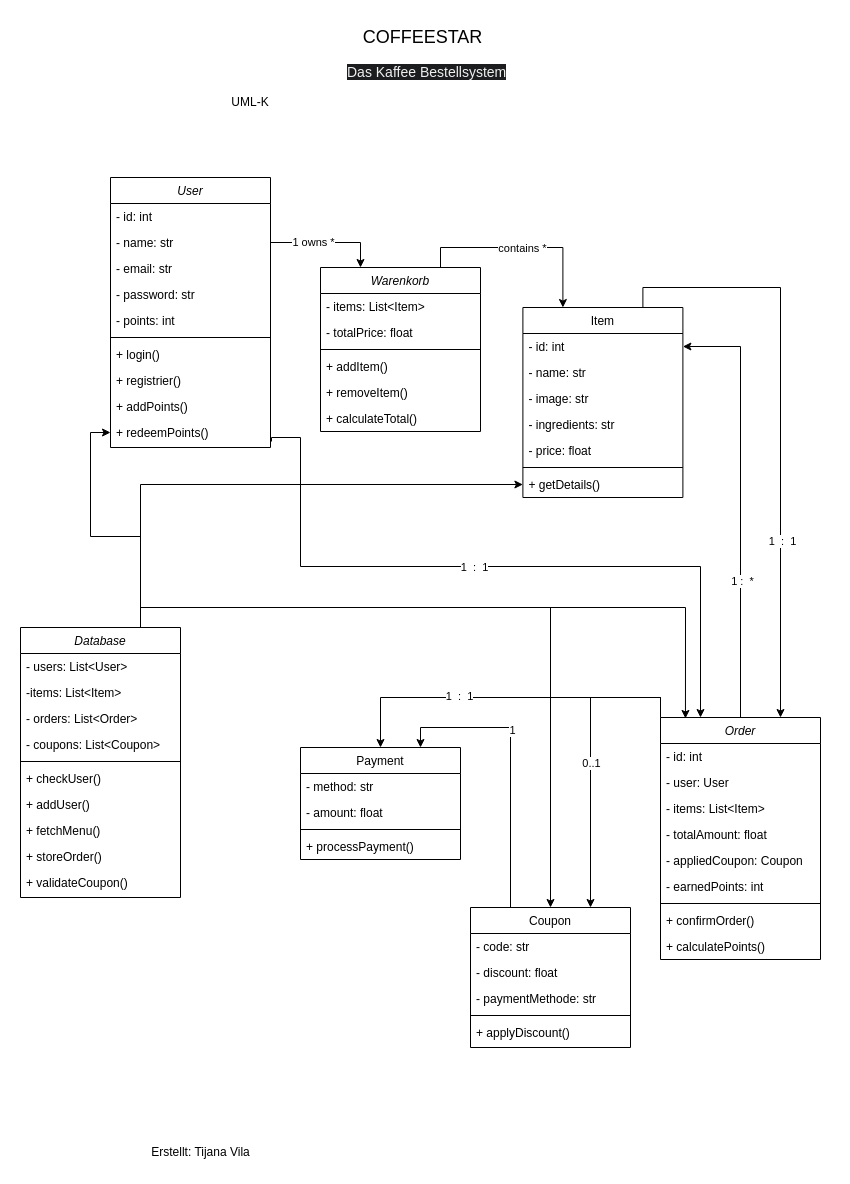
Earlier version of the draw.io diagram CoffeeStar-Planung/CoffeeStar-UML-K.drawio (TVil23/CoffeeStar). Source tidied: cells renumbered, new cells numbered last; positions are measured from the earlier drawing's top-left corner, leaving out a move shared by most shapes. Both pictures are drawn from the tidied source at 100%, with x=0, y=0 at pixel (20, 17).
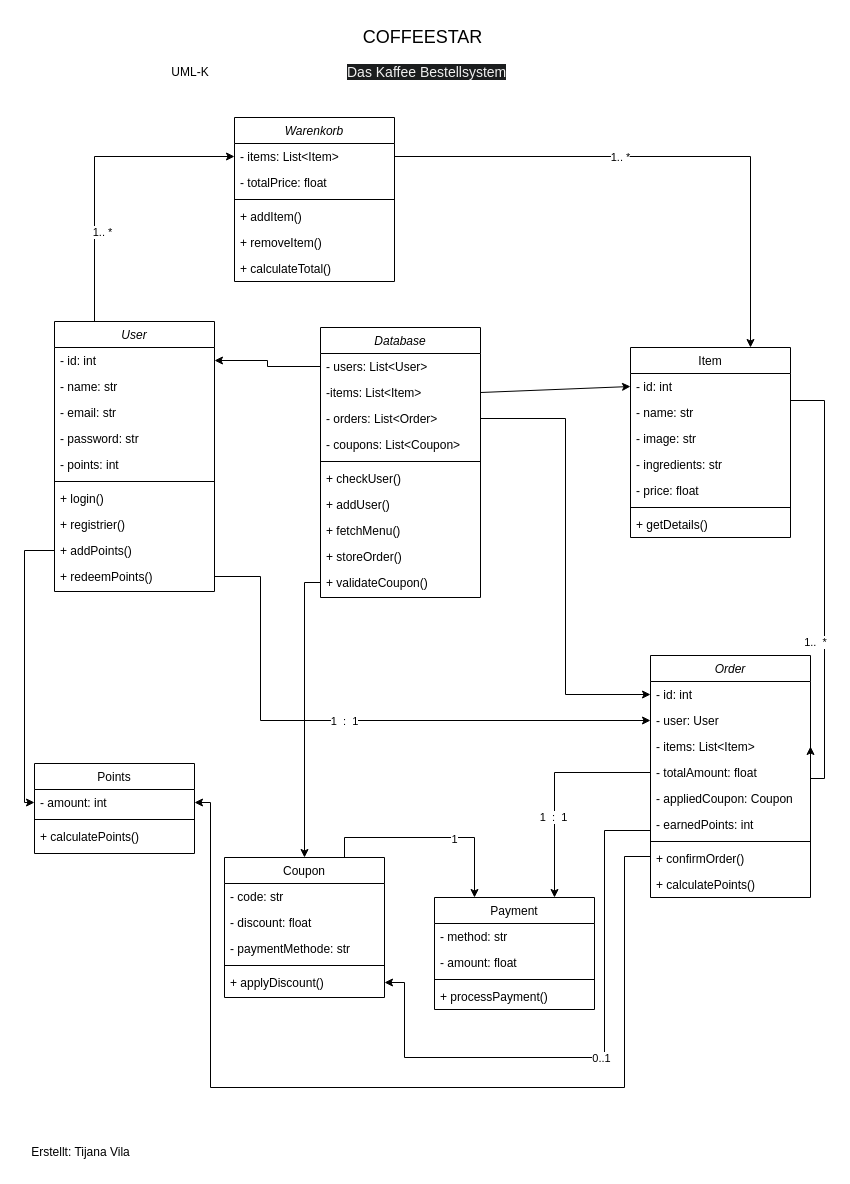
Above is the later version.

Unchanged cells that the change refers to:
```xml
<mxCell id="3" value="- id: int" style="text;align=left;verticalAlign=top;spacingLeft=4;spacingRight=4;overflow=hidden;points=[[0,0.5],[1,0.5]];portConstraint=eastwest;" parent="2" vertex="1">
  <mxGeometry y="26" width="160" height="26" as="geometry" />
</mxCell>
<mxCell id="4" value="- name: str" style="text;align=left;verticalAlign=top;spacingLeft=4;spacingRight=4;overflow=hidden;points=[[0,0.5],[1,0.5]];portConstraint=eastwest;rounded=0;shadow=0;html=0;" parent="2" vertex="1">
  <mxGeometry y="52" width="160" height="26" as="geometry" />
</mxCell>
<mxCell id="11" value="+ addPoints()" style="text;align=left;verticalAlign=top;spacingLeft=4;spacingRight=4;overflow=hidden;points=[[0,0.5],[1,0.5]];portConstraint=eastwest;" parent="2" vertex="1">
  <mxGeometry y="216" width="160" height="26" as="geometry" />
</mxCell>
<mxCell id="12" value="+ redeemPoints()" style="text;align=left;verticalAlign=top;spacingLeft=4;spacingRight=4;overflow=hidden;points=[[0,0.5],[1,0.5]];portConstraint=eastwest;" parent="2" vertex="1">
  <mxGeometry y="242" width="160" height="26" as="geometry" />
</mxCell>
<mxCell id="14" value="- id: int" style="text;align=left;verticalAlign=top;spacingLeft=4;spacingRight=4;overflow=hidden;points=[[0,0.5],[1,0.5]];portConstraint=eastwest;" parent="13" vertex="1">
  <mxGeometry y="26" width="160" height="26" as="geometry" />
</mxCell>
<mxCell id="20" value="+ getDetails()" style="text;align=left;verticalAlign=top;spacingLeft=4;spacingRight=4;overflow=hidden;points=[[0,0.5],[1,0.5]];portConstraint=eastwest;" parent="13" vertex="1">
  <mxGeometry y="164" width="160" height="26" as="geometry" />
</mxCell>
<mxCell id="24" value="- items: List&lt;Item&gt;" style="text;align=left;verticalAlign=top;spacingLeft=4;spacingRight=4;overflow=hidden;points=[[0,0.5],[1,0.5]];portConstraint=eastwest;" parent="23" vertex="1">
  <mxGeometry y="26" width="160" height="26" as="geometry" />
</mxCell>
<mxCell id="34" value="- users: List&lt;User&gt;" style="text;align=left;verticalAlign=top;spacingLeft=4;spacingRight=4;overflow=hidden;points=[[0,0.5],[1,0.5]];portConstraint=eastwest;" parent="33" vertex="1">
  <mxGeometry y="26" width="160" height="26" as="geometry" />
</mxCell>
<mxCell id="35" value="-items: List&lt;Item&gt;" style="text;align=left;verticalAlign=top;spacingLeft=4;spacingRight=4;overflow=hidden;points=[[0,0.5],[1,0.5]];portConstraint=eastwest;rounded=0;shadow=0;html=0;" parent="33" vertex="1">
  <mxGeometry y="52" width="160" height="26" as="geometry" />
</mxCell>
<mxCell id="36" value="- orders: List&lt;Order&gt;" style="text;align=left;verticalAlign=top;spacingLeft=4;spacingRight=4;overflow=hidden;points=[[0,0.5],[1,0.5]];portConstraint=eastwest;" parent="33" vertex="1">
  <mxGeometry y="78" width="160" height="26" as="geometry" />
</mxCell>
<mxCell id="43" value="+ validateCoupon()" style="text;align=left;verticalAlign=top;spacingLeft=4;spacingRight=4;overflow=hidden;points=[[0,0.5],[1,0.5]];portConstraint=eastwest;" parent="33" vertex="1">
  <mxGeometry y="242" width="160" height="26" as="geometry" />
</mxCell>
<mxCell id="51" value="+ applyDiscount()" style="text;align=left;verticalAlign=top;spacingLeft=4;spacingRight=4;overflow=hidden;points=[[0,0.5],[1,0.5]];portConstraint=eastwest;" parent="46" vertex="1">
  <mxGeometry y="112" width="160" height="26" as="geometry" />
</mxCell>
<mxCell id="64" value="- id: int" style="text;align=left;verticalAlign=top;spacingLeft=4;spacingRight=4;overflow=hidden;points=[[0,0.5],[1,0.5]];portConstraint=eastwest;" parent="63" vertex="1">
  <mxGeometry y="26" width="160" height="26" as="geometry" />
</mxCell>
<mxCell id="65" value="- user: User" style="text;align=left;verticalAlign=top;spacingLeft=4;spacingRight=4;overflow=hidden;points=[[0,0.5],[1,0.5]];portConstraint=eastwest;rounded=0;shadow=0;html=0;" parent="63" vertex="1">
  <mxGeometry y="52" width="160" height="26" as="geometry" />
</mxCell>
<mxCell id="66" value="- items: List&lt;Item&gt;" style="text;align=left;verticalAlign=top;spacingLeft=4;spacingRight=4;overflow=hidden;points=[[0,0.5],[1,0.5]];portConstraint=eastwest;" parent="63" vertex="1">
  <mxGeometry y="78" width="160" height="26" as="geometry" />
</mxCell>
<mxCell id="67" value="- totalAmount: float" style="text;align=left;verticalAlign=top;spacingLeft=4;spacingRight=4;overflow=hidden;points=[[0,0.5],[1,0.5]];portConstraint=eastwest;rounded=0;shadow=0;html=0;" parent="63" vertex="1">
  <mxGeometry y="104" width="160" height="26" as="geometry" />
</mxCell>
<mxCell id="68" value="- appliedCoupon: Coupon" style="text;align=left;verticalAlign=top;spacingLeft=4;spacingRight=4;overflow=hidden;points=[[0,0.5],[1,0.5]];portConstraint=eastwest;" parent="63" vertex="1">
  <mxGeometry y="130" width="160" height="26" as="geometry" />
</mxCell>
<mxCell id="69" value="- earnedPoints: int" style="text;align=left;verticalAlign=top;spacingLeft=4;spacingRight=4;overflow=hidden;points=[[0,0.5],[1,0.5]];portConstraint=eastwest;" parent="63" vertex="1">
  <mxGeometry y="156" width="160" height="26" as="geometry" />
</mxCell>
```

Diff of the diagram source:
```diff
@@
     <mxCell id="2" value="User" style="swimlane;fontStyle=2;align=center;verticalAlign=top;horizontal=1;startSize=26;rounded=0;shadow=0;strokeWidth=1;" parent="1" vertex="1">
-      <mxGeometry x="90" y="160" width="160" height="270" as="geometry" />
+      <mxGeometry x="34" y="304" width="160" height="270" as="geometry" />
     </mxCell>
@@
     <mxCell id="13" value="Item" style="swimlane;fontStyle=0;align=center;verticalAlign=top;horizontal=1;startSize=26;rounded=0;shadow=0;strokeWidth=1;" parent="1" vertex="1">
-      <mxGeometry x="502.4" y="290" width="160" height="190" as="geometry" />
+      <mxGeometry x="610" y="330" width="160" height="190" as="geometry" />
     </mxCell>
@@
-    <mxCell id="21" style="edgeStyle=orthogonalEdgeStyle;rounded=0;jettySize=auto;html=1;exitX=0.75;exitY=0;exitDx=0;exitDy=0;entryX=0.25;entryY=0;entryDx=0;entryDy=0;" parent="1" edge="1" source="23" target="13">
+    <mxCell id="21" style="edgeStyle=orthogonalEdgeStyle;rounded=0;jettySize=auto;html=1;exitX=1;exitY=0.5;exitDx=0;exitDy=0;entryX=0.75;entryY=0;entryDx=0;entryDy=0;" parent="1" edge="1" source="24" target="13">
       <mxGeometry relative="1" as="geometry" />
     </mxCell>
-    <mxCell id="22" value="contains *" style="edgeLabel;html=1;align=center;verticalAlign=middle;" parent="21" vertex="1">
+    <mxCell id="22" value="1.. *" style="edgeLabel;html=1;align=center;verticalAlign=middle;" parent="21" vertex="1">
       <mxGeometry x="-0.28" relative="1" as="geometry">
         <mxPoint x="28" as="offset" />
       </mxGeometry>
     </mxCell>
     <mxCell id="23" value="Warenkorb" style="swimlane;fontStyle=2;align=center;verticalAlign=top;horizontal=1;startSize=26;rounded=0;shadow=0;strokeWidth=1;" parent="1" vertex="1">
-      <mxGeometry x="300" y="250" width="160" height="164" as="geometry" />
+      <mxGeometry x="214" y="100" width="160" height="164" as="geometry" />
     </mxCell>
@@
-    <mxCell id="30" style="edgeStyle=orthogonalEdgeStyle;rounded=0;jettySize=auto;html=1;exitX=0.75;exitY=0;exitDx=0;exitDy=0;entryX=0;entryY=0.5;entryDx=0;entryDy=0;" parent="1" edge="1" source="33" target="12">
+    <mxCell id="30" style="edgeStyle=orthogonalEdgeStyle;rounded=0;jettySize=auto;html=1;exitX=0;exitY=0.5;exitDx=0;exitDy=0;entryX=1;entryY=0.5;entryDx=0;entryDy=0;" parent="1" edge="1" source="34" target="3">
       <mxGeometry relative="1" as="geometry" />
     </mxCell>
-    <mxCell id="31" style="edgeStyle=orthogonalEdgeStyle;rounded=0;jettySize=auto;html=1;exitX=0.75;exitY=0;exitDx=0;exitDy=0;entryX=0;entryY=0.5;entryDx=0;entryDy=0;" parent="1" edge="1" source="33" target="20">
+    <mxCell id="31" style="rounded=0;jettySize=auto;html=1;exitX=1;exitY=0.5;exitDx=0;exitDy=0;entryX=0;entryY=0.5;entryDx=0;entryDy=0;" parent="1" edge="1" source="35" target="14">
       <mxGeometry relative="1" as="geometry" />
     </mxCell>
-    <mxCell id="32" style="edgeStyle=orthogonalEdgeStyle;rounded=0;jettySize=auto;html=1;exitX=0.75;exitY=0;exitDx=0;exitDy=0;entryX=0.5;entryY=0;entryDx=0;entryDy=0;" parent="1" edge="1" source="33" target="46">
-      <mxGeometry relative="1" as="geometry" />
+    <mxCell id="32" style="edgeStyle=orthogonalEdgeStyle;rounded=0;jettySize=auto;html=1;exitX=0;exitY=0.5;exitDx=0;exitDy=0;entryX=0.5;entryY=0;entryDx=0;entryDy=0;" parent="1" edge="1" source="43" target="46">
+      <mxGeometry relative="1" as="geometry">
+        <Array as="points">
+          <mxPoint x="284" y="565" />
+        </Array>
+      </mxGeometry>
     </mxCell>
     <mxCell id="33" value="Database" style="swimlane;fontStyle=2;align=center;verticalAlign=top;horizontal=1;startSize=26;rounded=0;shadow=0;strokeWidth=1;" parent="1" vertex="1">
-      <mxGeometry y="610" width="160" height="270" as="geometry" />
+      <mxGeometry x="300" y="310" width="160" height="270" as="geometry" />
     </mxCell>
@@
-    <mxCell id="44" style="edgeStyle=orthogonalEdgeStyle;rounded=0;jettySize=auto;html=1;exitX=0.25;exitY=0;exitDx=0;exitDy=0;entryX=0.75;entryY=0;entryDx=0;entryDy=0;" parent="1" edge="1" source="46" target="52">
+    <mxCell id="44" style="edgeStyle=orthogonalEdgeStyle;rounded=0;jettySize=auto;html=1;exitX=0.75;exitY=0;exitDx=0;exitDy=0;entryX=0.25;entryY=0;entryDx=0;entryDy=0;" parent="1" edge="1" source="46" target="52">
       <mxGeometry relative="1" as="geometry" />
     </mxCell>
@@
     <mxCell id="46" value="Coupon" style="swimlane;fontStyle=0;align=center;verticalAlign=top;horizontal=1;startSize=26;rounded=0;shadow=0;strokeWidth=1;" parent="1" vertex="1">
-      <mxGeometry x="450" y="890" width="160" height="140" as="geometry" />
+      <mxGeometry x="204" y="840" width="160" height="140" as="geometry" />
     </mxCell>
@@
     <mxCell id="52" value="Payment" style="swimlane;fontStyle=0;align=center;verticalAlign=top;horizontal=1;startSize=26;rounded=0;shadow=0;strokeWidth=1;" parent="1" vertex="1">
-      <mxGeometry x="280" y="730" width="160" height="112" as="geometry" />
+      <mxGeometry x="414" y="880" width="160" height="112" as="geometry" />
     </mxCell>
@@
-    <mxCell id="57" style="edgeStyle=orthogonalEdgeStyle;rounded=0;jettySize=auto;html=1;exitX=0;exitY=0;exitDx=0;exitDy=0;entryX=0.75;entryY=0;entryDx=0;entryDy=0;" parent="1" edge="1" source="63" target="46">
-      <mxGeometry relative="1" as="geometry" />
+    <mxCell id="57" style="rounded=0;jettySize=auto;html=1;exitX=0;exitY=0.5;exitDx=0;exitDy=0;entryX=1;entryY=0.5;entryDx=0;entryDy=0;edgeStyle=orthogonalEdgeStyle;" parent="1" edge="1" source="68" target="51">
+      <mxGeometry relative="1" as="geometry">
+        <Array as="points">
+          <mxPoint x="584" y="813" />
+          <mxPoint x="584" y="1040" />
+          <mxPoint x="384" y="1040" />
+          <mxPoint x="384" y="965" />
+        </Array>
+      </mxGeometry>
     </mxCell>
@@
-    <mxCell id="59" style="edgeStyle=orthogonalEdgeStyle;rounded=0;jettySize=auto;html=1;exitX=0.5;exitY=0;exitDx=0;exitDy=0;entryX=1;entryY=0.5;entryDx=0;entryDy=0;" parent="1" edge="1" source="63" target="14">
-      <mxGeometry relative="1" as="geometry" />
-    </mxCell>
-    <mxCell id="60" value="1 :&amp;nbsp; *" style="edgeLabel;html=1;align=center;verticalAlign=middle;" parent="59" vertex="1">
-      <mxGeometry x="-0.36" y="-1" relative="1" as="geometry" />
-    </mxCell>
-    <mxCell id="61" style="edgeStyle=orthogonalEdgeStyle;rounded=0;jettySize=auto;html=1;exitX=0;exitY=0;exitDx=0;exitDy=0;entryX=0.5;entryY=0;entryDx=0;entryDy=0;" parent="1" edge="1" source="63" target="52">
+    <mxCell id="61" style="edgeStyle=orthogonalEdgeStyle;rounded=0;jettySize=auto;html=1;exitX=0;exitY=0.5;exitDx=0;exitDy=0;entryX=0.75;entryY=0;entryDx=0;entryDy=0;" parent="1" edge="1" source="67" target="52">
       <mxGeometry relative="1" as="geometry" />
     </mxCell>
@@
     <mxCell id="63" value="Order" style="swimlane;fontStyle=2;align=center;verticalAlign=top;horizontal=1;startSize=26;rounded=0;shadow=0;strokeWidth=1;" parent="1" vertex="1">
-      <mxGeometry x="640" y="700" width="160" height="242" as="geometry" />
+      <mxGeometry x="630" y="638" width="160" height="242" as="geometry" />
     </mxCell>
@@
-    <mxCell id="73" style="edgeStyle=orthogonalEdgeStyle;rounded=0;jettySize=auto;html=1;exitX=1;exitY=0.5;exitDx=0;exitDy=0;entryX=0.25;entryY=0;entryDx=0;entryDy=0;" parent="1" edge="1" source="4" target="23">
+    <mxCell id="73" style="edgeStyle=orthogonalEdgeStyle;rounded=0;jettySize=auto;html=1;exitX=0.25;exitY=0;exitDx=0;exitDy=0;entryX=0;entryY=0.5;entryDx=0;entryDy=0;" parent="1" edge="1" source="2" target="24">
       <mxGeometry relative="1" as="geometry" />
     </mxCell>
-    <mxCell id="74" value="1 owns *" style="edgeLabel;html=1;align=center;verticalAlign=middle;" parent="73" vertex="1">
+    <mxCell id="74" value="1.. *" style="edgeLabel;html=1;align=center;verticalAlign=middle;" parent="73" vertex="1">
       <mxGeometry x="-0.41" y="1" relative="1" as="geometry">
         <mxPoint x="8" as="offset" />
       </mxGeometry>
     </mxCell>
-    <mxCell id="75" style="edgeStyle=orthogonalEdgeStyle;rounded=0;jettySize=auto;html=1;exitX=0.75;exitY=0;exitDx=0;exitDy=0;entryX=0.75;entryY=0;entryDx=0;entryDy=0;" parent="1" edge="1" source="13" target="63">
-      <mxGeometry relative="1" as="geometry" />
+    <mxCell id="75" style="edgeStyle=orthogonalEdgeStyle;rounded=0;jettySize=auto;html=1;exitX=1;exitY=0.5;exitDx=0;exitDy=0;entryX=1;entryY=0.5;entryDx=0;entryDy=0;" parent="1" edge="1" source="14" target="66">
+      <mxGeometry relative="1" as="geometry">
+        <Array as="points">
+          <mxPoint x="804" y="383" />
+          <mxPoint x="804" y="761" />
+        </Array>
+      </mxGeometry>
     </mxCell>
-    <mxCell id="76" value="1&amp;nbsp; :&amp;nbsp; 1" style="edgeLabel;html=1;align=center;verticalAlign=middle;" parent="75" vertex="1">
+    <mxCell id="76" value="1..&amp;nbsp; *" style="edgeLabel;html=1;align=center;verticalAlign=middle;" parent="75" vertex="1">
       <mxGeometry x="0.4" y="2" relative="1" as="geometry">
-        <mxPoint x="-1" as="offset" />
+        <mxPoint x="-12" y="-41" as="offset" />
       </mxGeometry>
     </mxCell>
-    <mxCell id="77" style="edgeStyle=orthogonalEdgeStyle;rounded=0;jettySize=auto;html=1;entryX=0.25;entryY=0;entryDx=0;entryDy=0;exitX=1.006;exitY=0.846;exitDx=0;exitDy=0;exitPerimeter=0;" parent="1" edge="1" source="12" target="63">
+    <mxCell id="77" style="rounded=0;jettySize=auto;html=1;exitX=1;exitY=0.5;exitDx=0;exitDy=0;entryX=0;entryY=0.5;entryDx=0;entryDy=0;edgeStyle=orthogonalEdgeStyle;" parent="1" edge="1" source="12" target="65">
       <mxGeometry relative="1" as="geometry">
         <Array as="points">
-          <mxPoint x="251" y="420" />
-          <mxPoint x="280" y="420" />
-          <mxPoint x="280" y="549" />
-          <mxPoint x="680" y="549" />
+          <mxPoint x="240" y="559" />
+          <mxPoint x="240" y="703" />
         </Array>
       </mxGeometry>
     </mxCell>
@@
-    <mxCell id="79" style="edgeStyle=orthogonalEdgeStyle;rounded=0;jettySize=auto;html=1;exitX=0.75;exitY=0;exitDx=0;exitDy=0;entryX=0.156;entryY=0.004;entryDx=0;entryDy=0;entryPerimeter=0;" parent="1" edge="1" source="33" target="63">
+    <mxCell id="79" style="rounded=0;jettySize=auto;html=1;exitX=1;exitY=0.5;exitDx=0;exitDy=0;entryX=0;entryY=0.5;entryDx=0;entryDy=0;edgeStyle=orthogonalEdgeStyle;" parent="1" edge="1" source="36" target="64">
       <mxGeometry relative="1" as="geometry" />
     </mxCell>
@@
     <mxCell id="82" value="UML-K" style="text;html=1;align=center;verticalAlign=middle;whiteSpace=wrap;rounded=0;" parent="1" vertex="1">
-      <mxGeometry x="200" y="70" width="60" height="30" as="geometry" />
+      <mxGeometry x="140" y="40" width="60" height="30" as="geometry" />
     </mxCell>
     <mxCell id="83" value="Erstellt: Tijana Vila" style="text;html=1;align=center;verticalAlign=middle;strokeColor=none;fillColor=none;" parent="1" vertex="1">
-      <mxGeometry x="120" y="1120" width="120" height="30" as="geometry" />
+      <mxGeometry y="1120" width="120" height="30" as="geometry" />
     </mxCell>
+    <mxCell id="84" value="Points" style="swimlane;fontStyle=0;align=center;verticalAlign=top;horizontal=1;startSize=26;rounded=0;shadow=0;strokeWidth=1;" parent="1" vertex="1">
+      <mxGeometry x="14" y="746" width="160" height="90" as="geometry" />
+    </mxCell>
+    <mxCell id="85" value="- amount: int" style="text;align=left;verticalAlign=top;spacingLeft=4;spacingRight=4;overflow=hidden;points=[[0,0.5],[1,0.5]];portConstraint=eastwest;rounded=0;shadow=0;html=0;" parent="84" vertex="1">
+      <mxGeometry y="26" width="160" height="26" as="geometry" />
+    </mxCell>
+    <mxCell id="86" style="line;html=1;strokeWidth=1;align=left;verticalAlign=middle;spacingTop=-1;spacingLeft=3;spacingRight=3;labelPosition=right;" parent="84" vertex="1">
+      <mxGeometry y="52" width="160" height="8" as="geometry" />
+    </mxCell>
+    <mxCell id="87" value="+ calculatePoints()" style="text;align=left;verticalAlign=top;spacingLeft=4;spacingRight=4;overflow=hidden;" parent="84" vertex="1">
+      <mxGeometry y="60" width="160" height="26" as="geometry" />
+    </mxCell>
+    <mxCell id="88" style="edgeStyle=orthogonalEdgeStyle;rounded=0;jettySize=auto;html=1;exitX=0;exitY=0.5;exitDx=0;exitDy=0;entryX=1;entryY=0.5;entryDx=0;entryDy=0;" parent="1" edge="1" source="69" target="85">
+      <mxGeometry relative="1" as="geometry">
+        <Array as="points">
+          <mxPoint x="604" y="839" />
+          <mxPoint x="604" y="1070" />
+          <mxPoint x="190" y="1070" />
+          <mxPoint x="190" y="785" />
+        </Array>
+      </mxGeometry>
+    </mxCell>
+    <mxCell id="89" style="edgeStyle=orthogonalEdgeStyle;rounded=0;jettySize=auto;html=1;exitX=0;exitY=0.5;exitDx=0;exitDy=0;entryX=0;entryY=0.5;entryDx=0;entryDy=0;" parent="1" edge="1" source="11" target="85">
+      <mxGeometry relative="1" as="geometry">
+        <Array as="points">
+          <mxPoint x="4" y="533" />
+          <mxPoint x="4" y="785" />
+        </Array>
+      </mxGeometry>
+    </mxCell>
```
